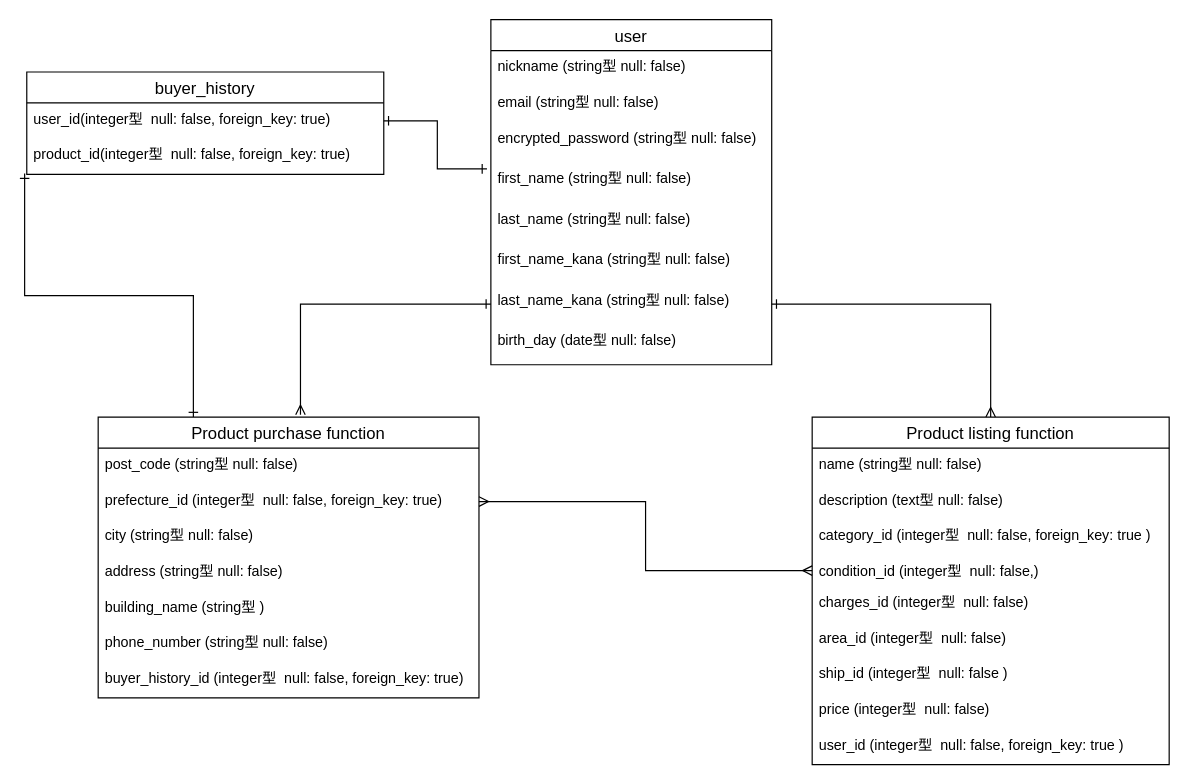
ocha185/furima-33547 keeps this draw.io diagram as furima.dio. Above is the earlier version. Source tidied: cells renumbered, new cells numbered last; positions are measured from the earlier drawing's top-left corner, leaving out a move shared by most shapes. Both pictures are drawn from the tidied source at 119%, with x=0, y=0 at pixel (26, 19).
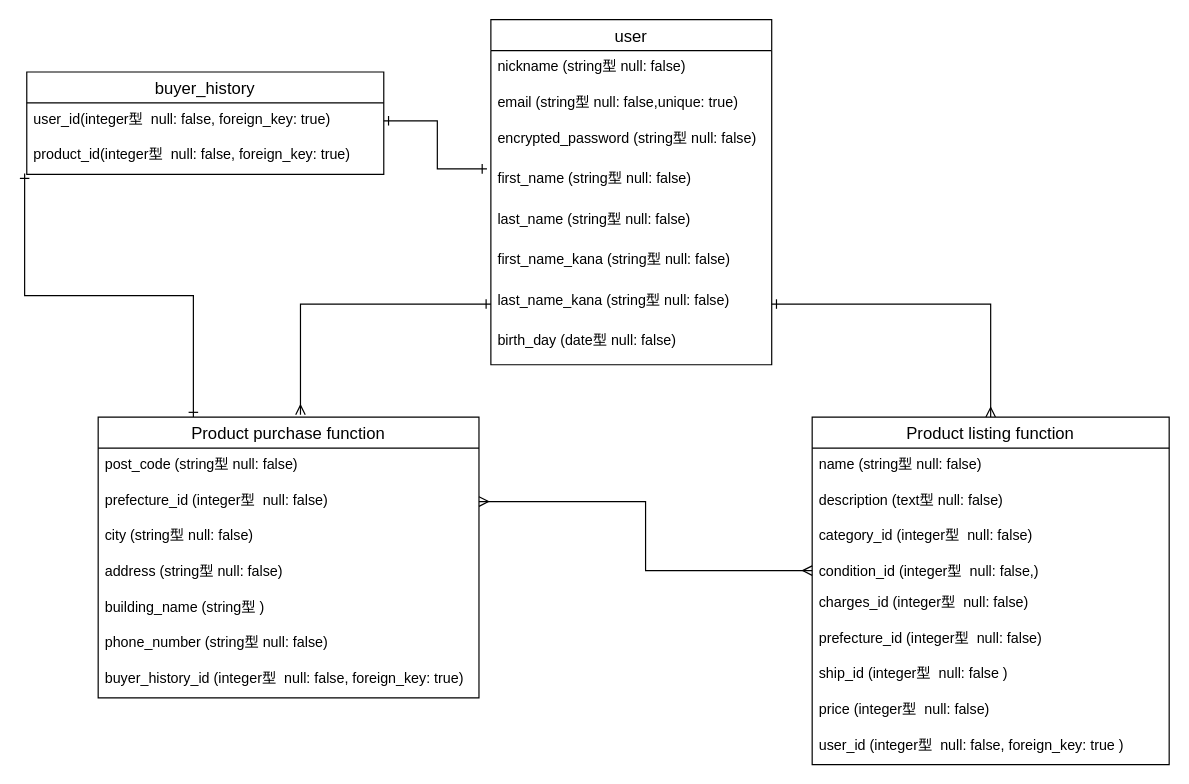
The same page after the edit.

Commit message (it also covers changes not shown here):
データベースの修正6

The change refers to these unchanged cells:
```xml
<mxCell id="2" value="user" style="swimlane;fontStyle=0;horizontal=1;startSize=26;align=center;fontSize=14;" parent="1" vertex="1">
  <mxGeometry x="390" width="236" height="290" as="geometry" />
</mxCell>
<mxCell id="11" value="Product listing function" style="swimlane;fontStyle=0;horizontal=1;startSize=26;align=center;fontSize=14;" parent="1" vertex="1">
  <mxGeometry x="660" y="334" width="300" height="292" as="geometry" />
</mxCell>
<mxCell id="22" value="Product purchase function" style="swimlane;fontStyle=0;horizontal=1;startSize=26;align=center;fontSize=14;" parent="1" vertex="1">
  <mxGeometry x="60" y="334" width="320" height="236" as="geometry" />
</mxCell>
```

Diff of the diagram source:
```diff
@@
-    <mxCell id="4" value="email (string型 null: false)" style="text;strokeColor=none;fillColor=none;spacingLeft=4;spacingRight=4;overflow=hidden;fontSize=12;" parent="2" vertex="1">
+    <mxCell id="4" value="email (string型 null: false,unique: true)" style="text;strokeColor=none;fillColor=none;spacingLeft=4;spacingRight=4;overflow=hidden;fontSize=12;" parent="2" vertex="1">
       <mxGeometry y="56" width="236" height="30" as="geometry" />
     </mxCell>
@@
-    <mxCell id="14" value="category_id (integer型  null: false, foreign_key: true )" style="text;strokeColor=none;fillColor=none;spacingLeft=4;spacingRight=4;overflow=hidden;fontSize=12;" parent="11" vertex="1">
+    <mxCell id="14" value="category_id (integer型  null: false)" style="text;strokeColor=none;fillColor=none;spacingLeft=4;spacingRight=4;overflow=hidden;fontSize=12;" parent="11" vertex="1">
       <mxGeometry y="86" width="300" height="30" as="geometry" />
     </mxCell>
@@
-    <mxCell id="17" value="area_id (integer型  null: false)" style="text;strokeColor=none;fillColor=none;spacingLeft=4;spacingRight=4;overflow=hidden;fontSize=12;" parent="11" vertex="1">
+    <mxCell id="17" value="prefecture_id (integer型  null: false)" style="text;strokeColor=none;fillColor=none;spacingLeft=4;spacingRight=4;overflow=hidden;fontSize=12;" parent="11" vertex="1">
       <mxGeometry y="172" width="300" height="30" as="geometry" />
     </mxCell>
@@
-    <mxCell id="24" value="prefecture_id (integer型  null: false, foreign_key: true)" style="text;strokeColor=none;fillColor=none;spacingLeft=4;spacingRight=4;overflow=hidden;points=[[0,0.5],[1,0.5]];portConstraint=eastwest;fontSize=12;" parent="22" vertex="1">
+    <mxCell id="24" value="prefecture_id (integer型  null: false)" style="text;strokeColor=none;fillColor=none;spacingLeft=4;spacingRight=4;overflow=hidden;points=[[0,0.5],[1,0.5]];portConstraint=eastwest;fontSize=12;" parent="22" vertex="1">
       <mxGeometry y="56" width="320" height="30" as="geometry" />
     </mxCell>
```
